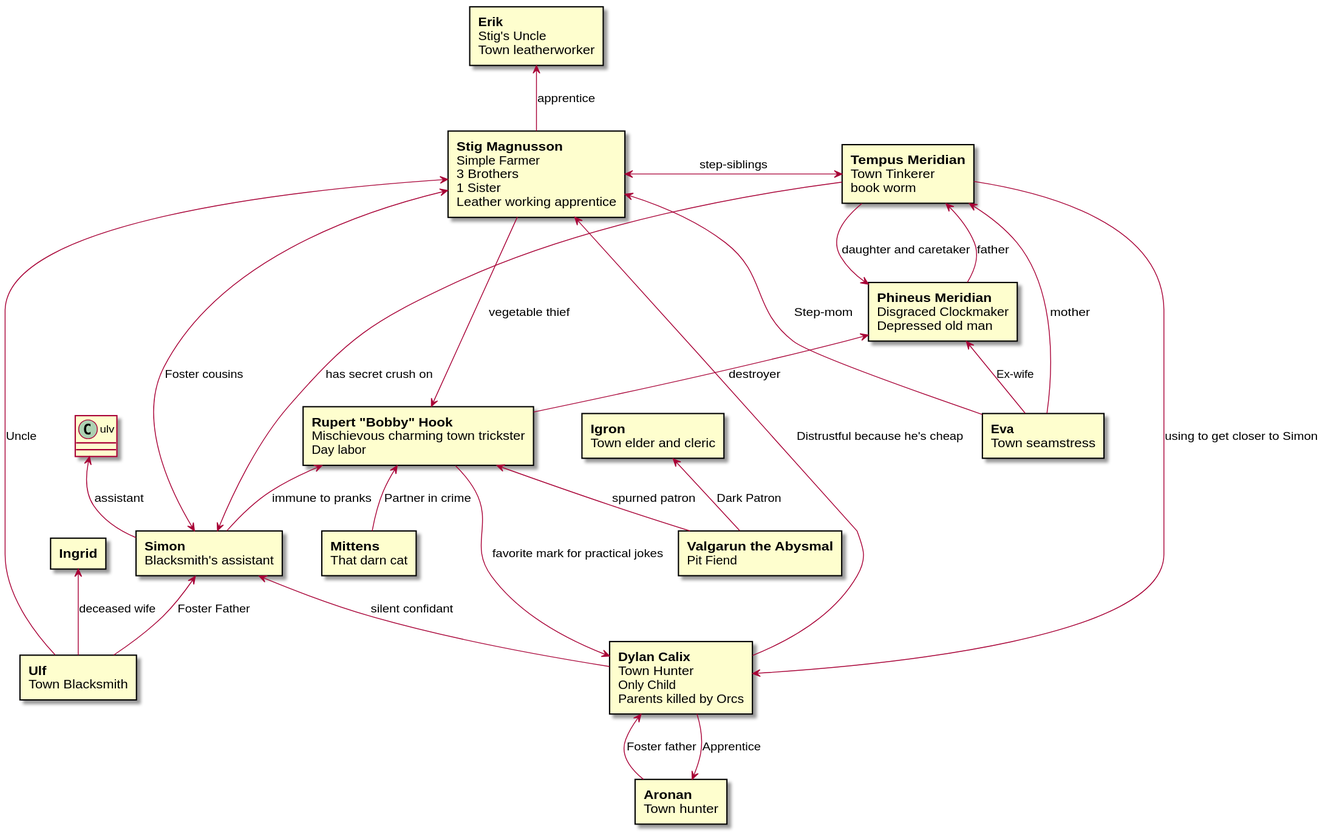
Earlier version of the PlantUML export dnd-thursday-2022.svg (tedkotz/rpglog).
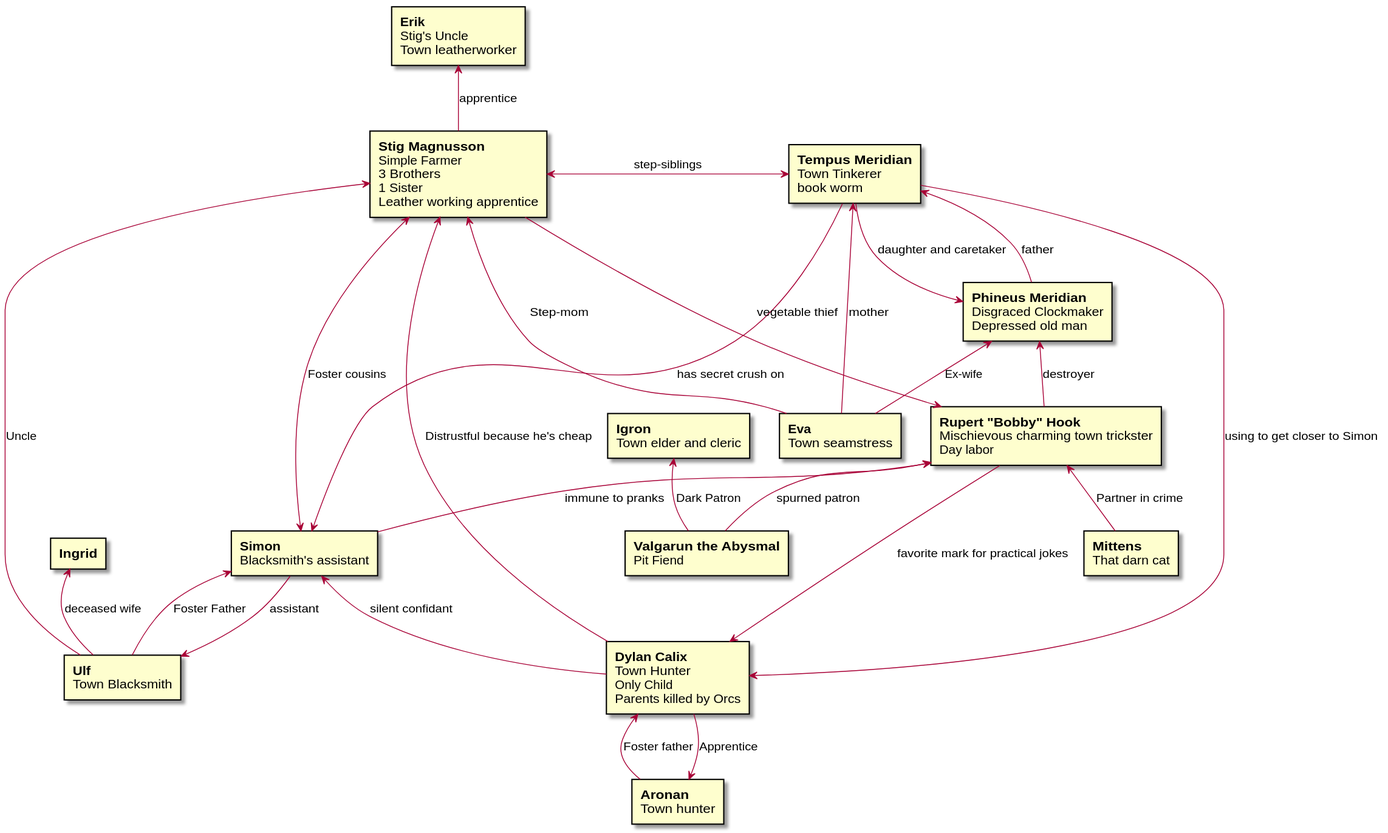
After the commit.

Change to the diagram source:
```diff
@@ -99,7 +99,7 @@
 aronan <-- dave : Apprentice
 clem <-- dave : Distrustful because he's cheap
 
-ulv <-- martin : assistant
+ulf <-- martin : assistant
 martin <-- ulf : Foster Father
 
 james <-- clem : vegetable thief
```
